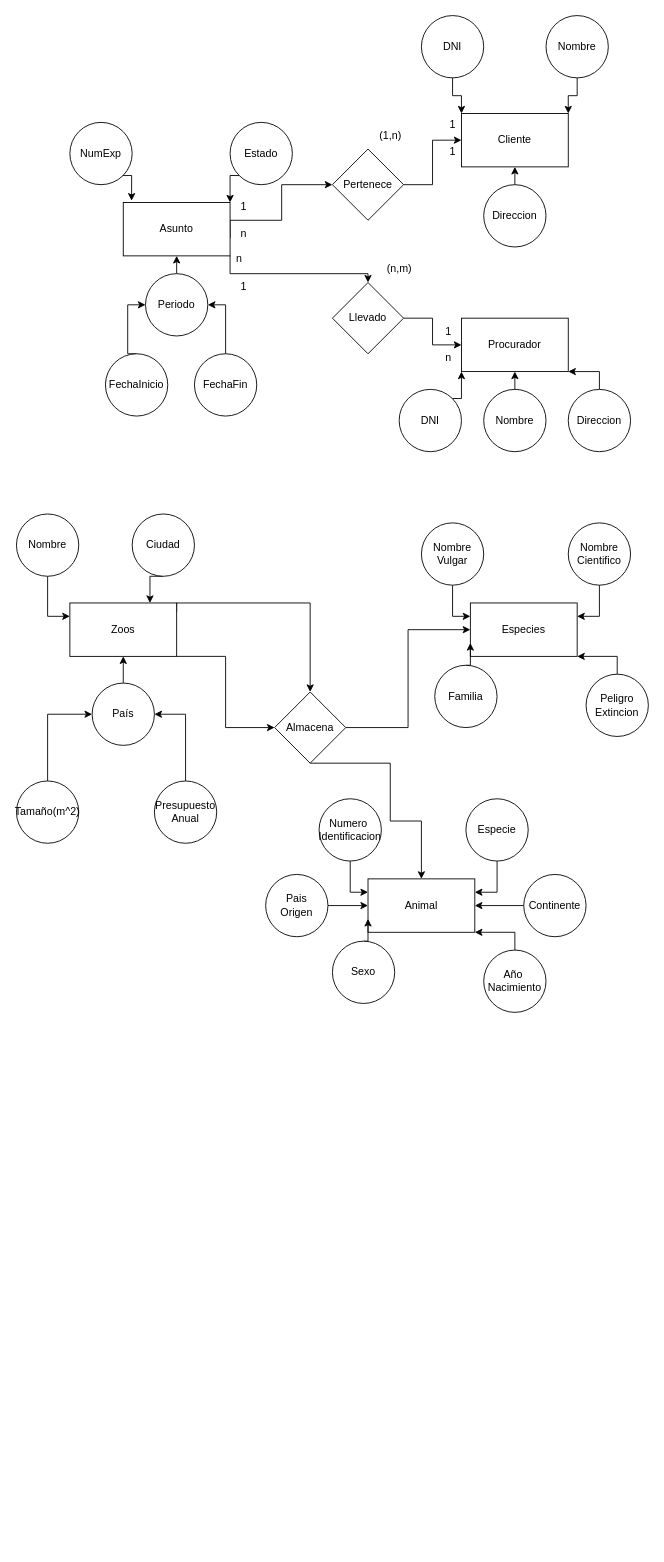
Above: 23Diagram.drawio in MauroOrtizGamonal/Abril23Diagrama (draw.io), before the change. Source tidied: cells renumbered, new cells numbered last; positions are measured from the earlier drawing's top-left corner, leaving out a move shared by most shapes. Both pictures are drawn from the tidied source at 89%, with x=0, y=0 at pixel (16, 15).
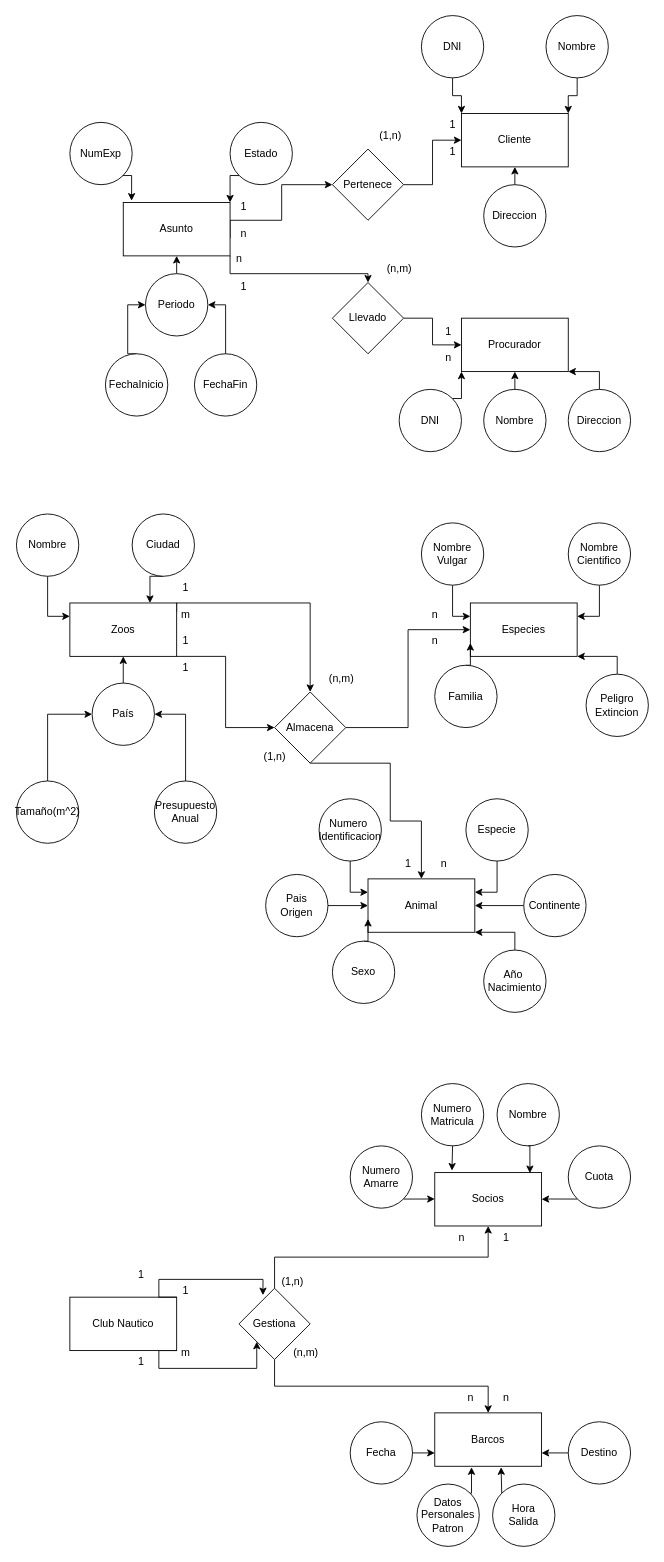
The same page after the edit.

Change to the diagram source:
```diff
@@
+    <mxCell id="81" style="edgeStyle=orthogonalEdgeStyle;rounded=0;jettySize=auto;html=1;exitX=1;exitY=1;exitDx=0;exitDy=0;entryX=0;entryY=1;entryDx=0;entryDy=0;" parent="1" edge="1" source="82" target="96">
+      <mxGeometry relative="1" as="geometry">
+        <Array as="points">
+          <mxPoint x="160" y="1500" />
+          <mxPoint x="160" y="1520" />
+          <mxPoint x="270" y="1520" />
+        </Array>
+      </mxGeometry>
+    </mxCell>
+    <mxCell id="82" value="Club Nautico" style="rounded=0;whiteSpace=wrap;html=1;" parent="1" vertex="1">
+      <mxGeometry x="60" y="1440" width="120" height="60" as="geometry" />
+    </mxCell>
+    <mxCell id="83" value="1" style="text;html=1;align=center;verticalAlign=middle;strokeColor=none;fillColor=none;" parent="1" vertex="1">
+      <mxGeometry x="175" y="688" width="30" height="30" as="geometry" />
+    </mxCell>
+    <mxCell id="84" value="n" style="text;html=1;align=center;verticalAlign=middle;strokeColor=none;fillColor=none;" parent="1" vertex="1">
+      <mxGeometry x="465" y="938" width="30" height="30" as="geometry" />
+    </mxCell>
+    <mxCell id="85" value="1" style="text;html=1;align=center;verticalAlign=middle;strokeColor=none;fillColor=none;" parent="1" vertex="1">
+      <mxGeometry x="425" y="938" width="30" height="30" as="geometry" />
+    </mxCell>
+    <mxCell id="86" value="1" style="text;html=1;align=center;verticalAlign=middle;strokeColor=none;fillColor=none;" parent="1" vertex="1">
+      <mxGeometry x="175" y="718" width="30" height="30" as="geometry" />
+    </mxCell>
+    <mxCell id="87" value="1" style="text;html=1;align=center;verticalAlign=middle;strokeColor=none;fillColor=none;" parent="1" vertex="1">
+      <mxGeometry x="175" y="628" width="30" height="30" as="geometry" />
+    </mxCell>
+    <mxCell id="88" value="n" style="text;html=1;align=center;verticalAlign=middle;strokeColor=none;fillColor=none;" parent="1" vertex="1">
+      <mxGeometry x="455" y="658" width="30" height="30" as="geometry" />
+    </mxCell>
+    <mxCell id="89" value="n" style="text;html=1;align=center;verticalAlign=middle;strokeColor=none;fillColor=none;" parent="1" vertex="1">
+      <mxGeometry x="455" y="688" width="30" height="30" as="geometry" />
+    </mxCell>
+    <mxCell id="90" value="m" style="text;html=1;align=center;verticalAlign=middle;strokeColor=none;fillColor=none;" parent="1" vertex="1">
+      <mxGeometry x="175" y="658" width="30" height="30" as="geometry" />
+    </mxCell>
+    <mxCell id="91" value="(n,m)" style="text;html=1;align=center;verticalAlign=middle;strokeColor=none;fillColor=none;" parent="1" vertex="1">
+      <mxGeometry x="340" y="730" width="50" height="30" as="geometry" />
+    </mxCell>
+    <mxCell id="92" value="(1,n)" style="text;html=1;align=center;verticalAlign=middle;strokeColor=none;fillColor=none;" parent="1" vertex="1">
+      <mxGeometry x="265" y="818" width="50" height="30" as="geometry" />
+    </mxCell>
+    <mxCell id="93" value="Numero&lt;div&gt;Matricula&lt;/div&gt;" style="ellipse;whiteSpace=wrap;html=1;" parent="1" vertex="1">
+      <mxGeometry x="455" y="1200" width="70" height="70" as="geometry" />
+    </mxCell>
+    <mxCell id="94" style="edgeStyle=orthogonalEdgeStyle;rounded=0;jettySize=auto;html=1;exitX=0.5;exitY=1;exitDx=0;exitDy=0;entryX=0.5;entryY=0;entryDx=0;entryDy=0;" parent="1" edge="1" source="96" target="99">
+      <mxGeometry relative="1" as="geometry" />
+    </mxCell>
+    <mxCell id="95" style="edgeStyle=orthogonalEdgeStyle;rounded=0;jettySize=auto;html=1;exitX=0.5;exitY=0;exitDx=0;exitDy=0;entryX=0.5;entryY=1;entryDx=0;entryDy=0;" parent="1" edge="1" source="96" target="97">
+      <mxGeometry relative="1" as="geometry" />
+    </mxCell>
+    <mxCell id="96" value="Gestiona" style="rhombus;whiteSpace=wrap;html=1;" parent="1" vertex="1">
+      <mxGeometry x="250" y="1430" width="80" height="80" as="geometry" />
+    </mxCell>
+    <mxCell id="97" value="Socios" style="rounded=0;whiteSpace=wrap;html=1;" parent="1" vertex="1">
+      <mxGeometry x="470" y="1300" width="120" height="60" as="geometry" />
+    </mxCell>
+    <mxCell id="98" value="Nombre" style="ellipse;whiteSpace=wrap;html=1;" parent="1" vertex="1">
+      <mxGeometry x="540" y="1200" width="70" height="70" as="geometry" />
+    </mxCell>
+    <mxCell id="99" value="Barcos" style="rounded=0;whiteSpace=wrap;html=1;" parent="1" vertex="1">
+      <mxGeometry x="470" y="1570" width="120" height="60" as="geometry" />
+    </mxCell>
+    <mxCell id="100" style="edgeStyle=orthogonalEdgeStyle;rounded=0;jettySize=auto;html=1;exitX=1;exitY=0;exitDx=0;exitDy=0;entryX=0.337;entryY=0.097;entryDx=0;entryDy=0;entryPerimeter=0;" parent="1" edge="1" source="82" target="96">
+      <mxGeometry relative="1" as="geometry">
+        <Array as="points">
+          <mxPoint x="160" y="1440" />
+          <mxPoint x="160" y="1420" />
+          <mxPoint x="277" y="1420" />
+        </Array>
+      </mxGeometry>
+    </mxCell>
+    <mxCell id="101" style="edgeStyle=orthogonalEdgeStyle;rounded=0;jettySize=auto;html=1;exitX=1;exitY=1;exitDx=0;exitDy=0;entryX=0;entryY=0.5;entryDx=0;entryDy=0;" parent="1" edge="1" source="102" target="97">
+      <mxGeometry relative="1" as="geometry" />
+    </mxCell>
+    <mxCell id="102" value="Numero&lt;div&gt;Amarre&lt;/div&gt;" style="ellipse;whiteSpace=wrap;html=1;" parent="1" vertex="1">
+      <mxGeometry x="375" y="1270" width="70" height="70" as="geometry" />
+    </mxCell>
+    <mxCell id="103" style="edgeStyle=orthogonalEdgeStyle;rounded=0;jettySize=auto;html=1;exitX=0;exitY=1;exitDx=0;exitDy=0;entryX=1;entryY=0.5;entryDx=0;entryDy=0;" parent="1" edge="1" source="104" target="97">
+      <mxGeometry relative="1" as="geometry" />
+    </mxCell>
+    <mxCell id="104" value="Cuota" style="ellipse;whiteSpace=wrap;html=1;" parent="1" vertex="1">
+      <mxGeometry x="620" y="1270" width="70" height="70" as="geometry" />
+    </mxCell>
+    <mxCell id="105" style="edgeStyle=orthogonalEdgeStyle;rounded=0;jettySize=auto;html=1;exitX=0.5;exitY=1;exitDx=0;exitDy=0;entryX=0.161;entryY=-0.037;entryDx=0;entryDy=0;entryPerimeter=0;" parent="1" edge="1" source="93" target="97">
+      <mxGeometry relative="1" as="geometry" />
+    </mxCell>
+    <mxCell id="106" style="edgeStyle=orthogonalEdgeStyle;rounded=0;jettySize=auto;html=1;exitX=0.5;exitY=1;exitDx=0;exitDy=0;entryX=0.891;entryY=0.01;entryDx=0;entryDy=0;entryPerimeter=0;" parent="1" edge="1" source="98" target="97">
+      <mxGeometry relative="1" as="geometry" />
+    </mxCell>
+    <mxCell id="107" style="edgeStyle=orthogonalEdgeStyle;rounded=0;jettySize=auto;html=1;exitX=1;exitY=0.5;exitDx=0;exitDy=0;entryX=0;entryY=0.75;entryDx=0;entryDy=0;" parent="1" edge="1" source="108" target="99">
+      <mxGeometry relative="1" as="geometry" />
+    </mxCell>
+    <mxCell id="108" value="Fecha" style="ellipse;whiteSpace=wrap;html=1;" parent="1" vertex="1">
+      <mxGeometry x="375" y="1580" width="70" height="70" as="geometry" />
+    </mxCell>
+    <mxCell id="109" value="Hora&lt;div&gt;Salida&lt;/div&gt;" style="ellipse;whiteSpace=wrap;html=1;" parent="1" vertex="1">
+      <mxGeometry x="535" y="1650" width="70" height="70" as="geometry" />
+    </mxCell>
+    <mxCell id="110" style="edgeStyle=orthogonalEdgeStyle;rounded=0;jettySize=auto;html=1;exitX=0;exitY=0.5;exitDx=0;exitDy=0;entryX=1;entryY=0.75;entryDx=0;entryDy=0;" parent="1" edge="1" source="111" target="99">
+      <mxGeometry relative="1" as="geometry" />
+    </mxCell>
+    <mxCell id="111" value="Destino" style="ellipse;whiteSpace=wrap;html=1;" parent="1" vertex="1">
+      <mxGeometry x="620" y="1580" width="70" height="70" as="geometry" />
+    </mxCell>
+    <mxCell id="112" value="Datos&lt;div&gt;Personales&lt;/div&gt;&lt;div&gt;Patron&lt;/div&gt;" style="ellipse;whiteSpace=wrap;html=1;" parent="1" vertex="1">
+      <mxGeometry x="450" y="1650" width="70" height="70" as="geometry" />
+    </mxCell>
+    <mxCell id="113" style="edgeStyle=orthogonalEdgeStyle;rounded=0;jettySize=auto;html=1;exitX=1;exitY=0;exitDx=0;exitDy=0;entryX=0.344;entryY=1.018;entryDx=0;entryDy=0;entryPerimeter=0;" parent="1" edge="1" source="112" target="99">
+      <mxGeometry relative="1" as="geometry" />
+    </mxCell>
+    <mxCell id="114" style="edgeStyle=orthogonalEdgeStyle;rounded=0;jettySize=auto;html=1;exitX=0;exitY=0;exitDx=0;exitDy=0;entryX=0.621;entryY=1.018;entryDx=0;entryDy=0;entryPerimeter=0;" parent="1" edge="1" source="109" target="99">
+      <mxGeometry relative="1" as="geometry" />
+    </mxCell>
+    <mxCell id="115" value="1" style="text;html=1;align=center;verticalAlign=middle;strokeColor=none;fillColor=none;" parent="1" vertex="1">
+      <mxGeometry x="125" y="1400" width="30" height="30" as="geometry" />
+    </mxCell>
+    <mxCell id="116" value="n" style="text;html=1;align=center;verticalAlign=middle;strokeColor=none;fillColor=none;" parent="1" vertex="1">
+      <mxGeometry x="485" y="1358" width="30" height="30" as="geometry" />
+    </mxCell>
+    <mxCell id="117" value="1" style="text;html=1;align=center;verticalAlign=middle;strokeColor=none;fillColor=none;" parent="1" vertex="1">
+      <mxGeometry x="535" y="1358" width="30" height="30" as="geometry" />
+    </mxCell>
+    <mxCell id="118" value="1" style="text;html=1;align=center;verticalAlign=middle;strokeColor=none;fillColor=none;shadow=1;" parent="1" vertex="1">
+      <mxGeometry x="175" y="1418" width="30" height="30" as="geometry" />
+    </mxCell>
+    <mxCell id="119" value="(1,n)" style="text;html=1;align=center;verticalAlign=middle;strokeColor=none;fillColor=none;" parent="1" vertex="1">
+      <mxGeometry x="285" y="1408" width="50" height="30" as="geometry" />
+    </mxCell>
+    <mxCell id="120" value="1" style="text;html=1;align=center;verticalAlign=middle;strokeColor=none;fillColor=none;" parent="1" vertex="1">
+      <mxGeometry x="125" y="1498" width="30" height="30" as="geometry" />
+    </mxCell>
+    <mxCell id="121" value="n" style="text;html=1;align=center;verticalAlign=middle;strokeColor=none;fillColor=none;" parent="1" vertex="1">
+      <mxGeometry x="535" y="1538" width="30" height="30" as="geometry" />
+    </mxCell>
+    <mxCell id="122" value="n" style="text;html=1;align=center;verticalAlign=middle;strokeColor=none;fillColor=none;" parent="1" vertex="1">
+      <mxGeometry x="495" y="1538" width="30" height="30" as="geometry" />
+    </mxCell>
+    <mxCell id="123" value="m" style="text;html=1;align=center;verticalAlign=middle;strokeColor=none;fillColor=none;" parent="1" vertex="1">
+      <mxGeometry x="175" y="1488" width="30" height="30" as="geometry" />
+    </mxCell>
+    <mxCell id="124" value="(n,m)" style="text;html=1;align=center;verticalAlign=middle;strokeColor=none;fillColor=none;" parent="1" vertex="1">
+      <mxGeometry x="300" y="1488" width="50" height="30" as="geometry" />
+    </mxCell>
```
